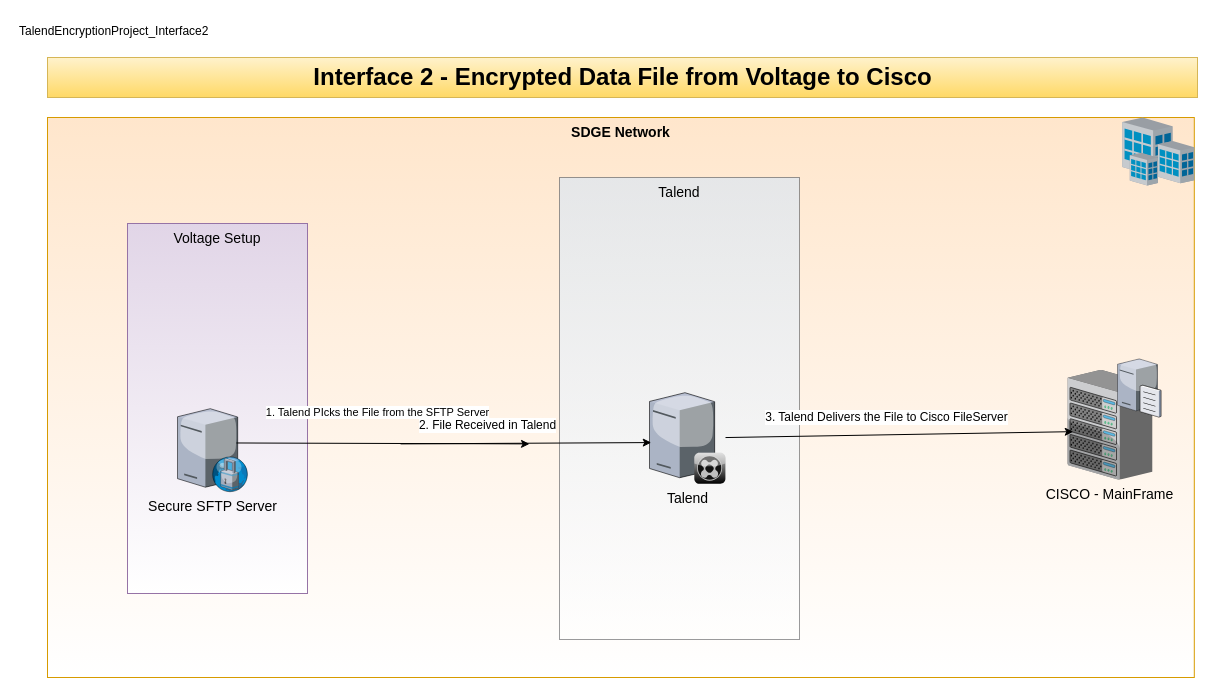
reach2nipun/IntegrationDiagrams keeps this draw.io diagram as TalendEncryptionProject_Interface2.drawio. Above is the earlier version. Source tidied: cells renumbered, new cells numbered last; positions are measured from the earlier drawing's top-left corner, leaving out a move shared by most shapes. Both pictures are drawn from the tidied source at 100%, with x=0, y=0 at pixel (17, 17).
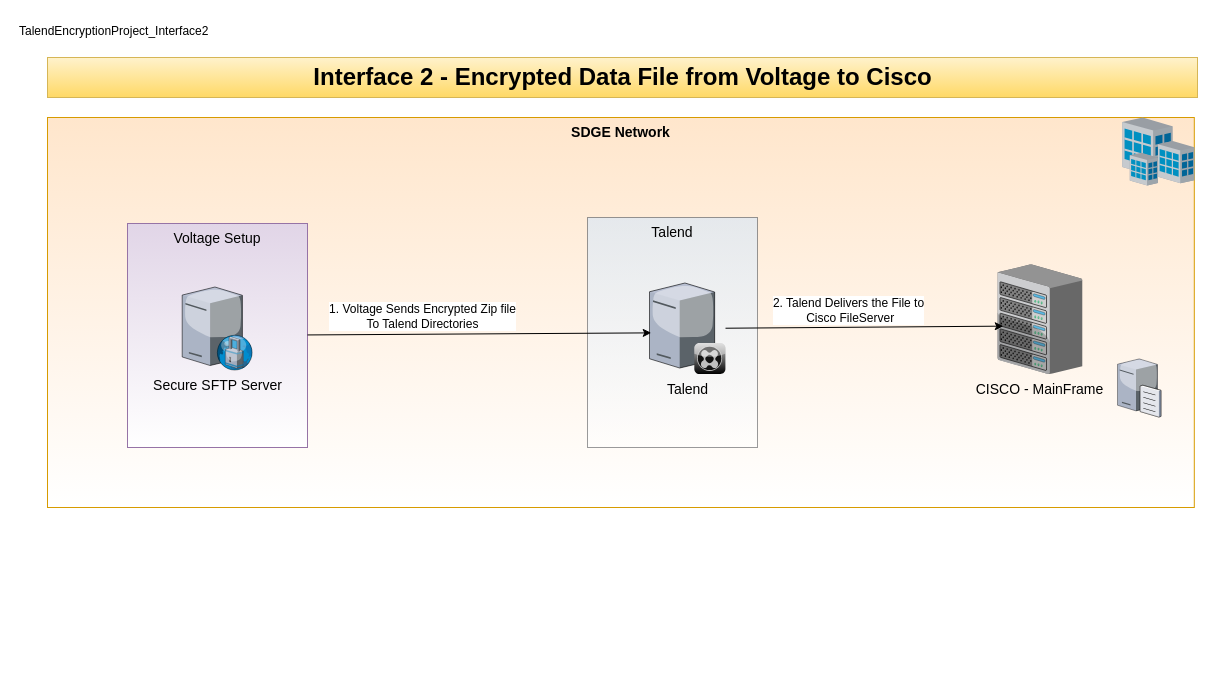
Above is the later version.

The edit, as a diff of the source:
```diff
@@
 <mxGraphModel>
   <root>
     <mxCell id="0" />
     <mxCell id="1" parent="0" />
     <mxCell id="2" value="&lt;b&gt;SDGE Network&lt;/b&gt;" style="whiteSpace=wrap;html=1;fillColor=#ffe6cc;fontSize=14;strokeColor=#d79b00;verticalAlign=top;gradientColor=#ffffff;" parent="1" vertex="1">
-      <mxGeometry x="30" y="100" width="1146.8" height="560" as="geometry" />
+      <mxGeometry x="30" y="100" width="1146.8" height="390" as="geometry" />
     </mxCell>
     <mxCell id="3" value="Talend" style="whiteSpace=wrap;html=1;fillColor=#cce5ff;fontSize=14;strokeColor=#36393d;verticalAlign=top;opacity=50;gradientColor=#ffffff;" parent="1" vertex="1">
-      <mxGeometry x="542" y="160" width="240" height="462" as="geometry" />
+      <mxGeometry x="570" y="200" width="170" height="230" as="geometry" />
     </mxCell>
     <mxCell id="4" value="Voltage Setup" style="whiteSpace=wrap;html=1;fillColor=#e1d5e7;fontSize=14;strokeColor=#9673a6;verticalAlign=top;gradientColor=#ffffff;" parent="1" vertex="1">
-      <mxGeometry x="110" y="206" width="180" height="370" as="geometry" />
+      <mxGeometry x="110" y="206" width="180" height="224" as="geometry" />
     </mxCell>
     <mxCell id="5" value="Talend" style="verticalLabelPosition=bottom;html=1;verticalAlign=top;strokeColor=none;shape=mxgraph.citrix.xenclient_synchronizer;fillColor=#CCCCCC;gradientColor=#000000;gradientDirection=south;fontSize=14;" parent="1" vertex="1">
-      <mxGeometry x="632" y="375.2" width="76" height="91" as="geometry" />
+      <mxGeometry x="632" y="265.5" width="76" height="91" as="geometry" />
     </mxCell>
     <mxCell id="6" value="CISCO - MainFrame" style="verticalLabelPosition=bottom;html=1;verticalAlign=top;strokeColor=none;shape=mxgraph.citrix.chassis;fillColor=#66B2FF;gradientColor=#0066CC;fontSize=14;" parent="1" vertex="1">
-      <mxGeometry x="1050" y="352.5" width="84.8" height="109.5" as="geometry" />
+      <mxGeometry x="980" y="247" width="84.8" height="109.5" as="geometry" />
     </mxCell>
     <mxCell id="7" value="Secure SFTP Server" style="verticalLabelPosition=bottom;html=1;verticalAlign=top;strokeColor=none;shape=mxgraph.citrix.proxy_server;fillColor=#66B2FF;gradientColor=#0066CC;fontSize=14;" parent="1" vertex="1">
-      <mxGeometry x="160" y="391.2" width="70.5" height="83" as="geometry" />
+      <mxGeometry x="164.7" y="269.5" width="70.5" height="83" as="geometry" />
     </mxCell>
     <mxCell id="8" style="verticalLabelPosition=bottom;html=1;verticalAlign=top;strokeColor=none;shape=mxgraph.citrix.site;fillColor=#66B2FF;gradientColor=#0066CC;fontSize=14;" parent="1" vertex="1">
       <mxGeometry x="1104.8" y="100" width="72" height="68" as="geometry" />
     </mxCell>
     <mxCell id="9" value="Interface&amp;nbsp;2 - Encrypted Data File from Voltage to Cisco" style="text;strokeColor=#d6b656;fillColor=#fff2cc;html=1;fontSize=24;fontStyle=1;verticalAlign=middle;align=center;gradientColor=#ffd966;" parent="1" vertex="1">
       <mxGeometry x="30" y="40" width="1150" height="40" as="geometry" />
     </mxCell>
     <mxCell id="10" value="TalendEncryptionProject_Interface2" style="text;html=1;" parent="1" vertex="1">
       <mxGeometry width="210" height="30" as="geometry" />
     </mxCell>
-    <mxCell id="11" style="endArrow=classic;html=1;exitX=0.976;exitY=0.654;exitDx=0;exitDy=0;exitPerimeter=0;entryX=0.023;entryY=0.548;entryDx=0;entryDy=0;entryPerimeter=0;" parent="1" edge="1" target="5">
-      <mxGeometry relative="1" as="geometry">
-        <mxPoint x="383.1" y="426.4" as="sourcePoint" />
-      </mxGeometry>
+    <mxCell id="11" style="endArrow=classic;html=1;entryX=0.023;entryY=0.548;entryDx=0;entryDy=0;entryPerimeter=0;" parent="1" edge="1" source="4" target="5">
+      <mxGeometry relative="1" as="geometry" />
     </mxCell>
-    <mxCell id="12" value="2. File Received in Talend" style="text;html=1;align=center;verticalAlign=middle;labelBackgroundColor=#ffffff;" parent="11" vertex="1">
+    <mxCell id="12" value="1. Voltage Sends Encrypted Zip file &lt;br&gt;To Talend Directories" style="text;html=1;align=center;verticalAlign=middle;labelBackgroundColor=#ffffff;" parent="11" vertex="1">
       <mxGeometry x="-0.39" y="-4" relative="1" as="geometry">
         <mxPoint x="9.9" y="-22.7" as="offset" />
       </mxGeometry>
     </mxCell>
     <mxCell id="13" style="endArrow=classic;html=1;entryX=0.068;entryY=0.563;entryDx=0;entryDy=0;entryPerimeter=0;" parent="1" edge="1" source="5" target="6">
       <mxGeometry relative="1" as="geometry" />
     </mxCell>
-    <mxCell id="14" value="3. Talend Delivers the File to Cisco FileServer" style="text;html=1;align=center;verticalAlign=middle;labelBackgroundColor=#ffffff;" parent="13" vertex="1">
+    <mxCell id="14" value="2. Talend Delivers the File to&lt;br&gt;&amp;nbsp;Cisco FileServer" style="text;html=1;align=center;verticalAlign=middle;labelBackgroundColor=#ffffff;" parent="13" vertex="1">
       <mxGeometry x="0.1" y="-1" relative="1" as="geometry">
-        <mxPoint x="-30" y="-18.3" as="offset" />
+        <mxPoint x="-31" y="-18.3" as="offset" />
       </mxGeometry>
     </mxCell>
-    <mxCell id="15" value="1. Talend PIcks the File from the SFTP Server" style="endArrow=classic;html=1;exitX=0.836;exitY=0.413;exitDx=0;exitDy=0;exitPerimeter=0;" parent="1" edge="1" source="7">
-      <mxGeometry x="-0.04" y="31" relative="1" as="geometry">
-        <mxPoint x="512" y="426.4" as="targetPoint" />
-      </mxGeometry>
-    </mxCell>
     <mxCell id="16" style="verticalLabelPosition=bottom;html=1;verticalAlign=top;strokeColor=none;align=center;shape=mxgraph.citrix.file_server;" parent="1" vertex="1">
       <mxGeometry x="1100" y="340" width="43.5" height="59.5" as="geometry" />
     </mxCell>
   </root>
 </mxGraphModel>
```
